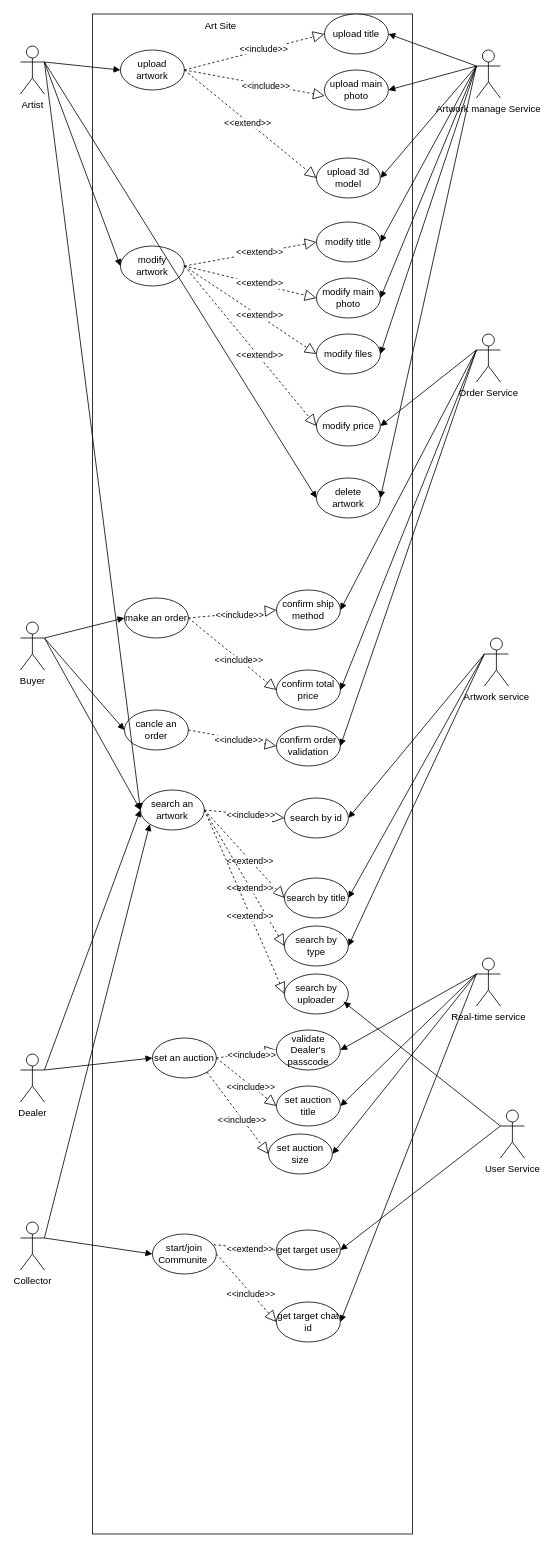
This is 159.225/lab3/159.225 lab3.drawio from hamhuo-hub/StudentSphere, a draw.io file, before an edit. Source tidied: cells renumbered, new cells numbered last; positions are measured from the earlier drawing's top-left corner, leaving out a move shared by most shapes. Both pictures are drawn from the tidied source at 80%, with x=0, y=0 at pixel (20, 14).
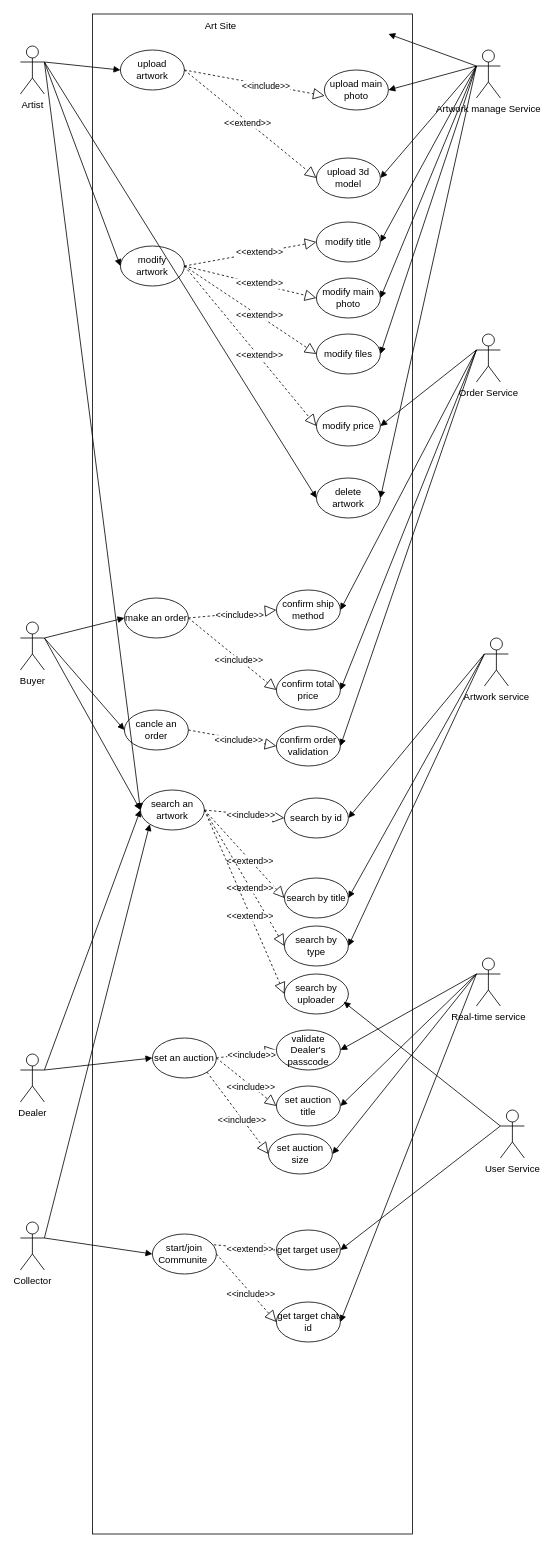
The same page after the edit.

Unchanged cells that the change refers to:
```xml
<mxCell id="8" value="upload artwork" style="ellipse;whiteSpace=wrap;html=1;" parent="1" vertex="1">
  <mxGeometry x="125" y="45" width="80" height="50" as="geometry" />
</mxCell>
<mxCell id="18" value="Artwork manage Service" style="shape=umlActor;verticalLabelPosition=bottom;verticalAlign=top;html=1;outlineConnect=0;" parent="1" vertex="1">
  <mxGeometry x="570" y="45" width="30" height="60" as="geometry" />
</mxCell>
```

Diff of the diagram source:
```diff
@@
-    <mxCell id="9" value="upload title" style="ellipse;whiteSpace=wrap;html=1;" parent="1" vertex="1">
-      <mxGeometry x="380" width="80" height="50" as="geometry" />
-    </mxCell>
@@
-    <mxCell id="12" style="endArrow=block;dashed=1;endFill=0;endSize=12;html=1;rounded=0;exitX=1;exitY=0.5;exitDx=0;exitDy=0;entryX=0;entryY=0.5;entryDx=0;entryDy=0;" parent="1" edge="1" source="8" target="9">
-      <mxGeometry relative="1" as="geometry" />
-    </mxCell>
-    <mxCell id="13" value="&amp;lt;&amp;lt;include&amp;gt;&amp;gt;" style="edgeLabel;html=1;align=center;verticalAlign=middle;" parent="12" vertex="1">
-      <mxGeometry x="0.13" y="1" relative="1" as="geometry" />
-    </mxCell>
@@
-    <mxCell id="19" style="html=1;verticalAlign=bottom;endArrow=block;curved=0;rounded=0;exitX=0;exitY=0.3333333333333333;exitDx=0;exitDy=0;exitPerimeter=0;entryX=1;entryY=0.5;entryDx=0;entryDy=0;" parent="1" edge="1" source="18" target="9">
-      <mxGeometry relative="1" as="geometry" />
+    <mxCell id="19" style="html=1;verticalAlign=bottom;endArrow=block;curved=0;rounded=0;exitX=0;exitY=0.3333333333333333;exitDx=0;exitDy=0;exitPerimeter=0;entryX=1;entryY=0.5;entryDx=0;entryDy=0;" parent="1" edge="1" source="18">
+      <mxGeometry relative="1" as="geometry">
+        <mxPoint x="460" y="25" as="targetPoint" />
+      </mxGeometry>
     </mxCell>
```
